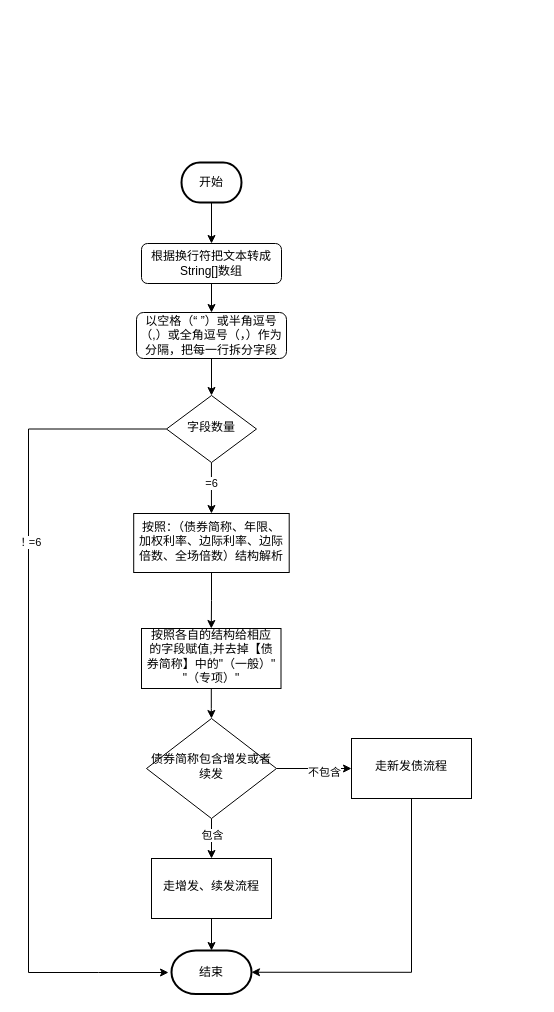
Above: 一创混合式结构解析流程.drawio in xbluckly/test (draw.io), before the change. Source tidied: cells renumbered, new cells numbered last; positions are measured from the earlier drawing's top-left corner, leaving out a move shared by most shapes. Both pictures are drawn from the tidied source at 100%, with x=0, y=0 at pixel (28, 162).
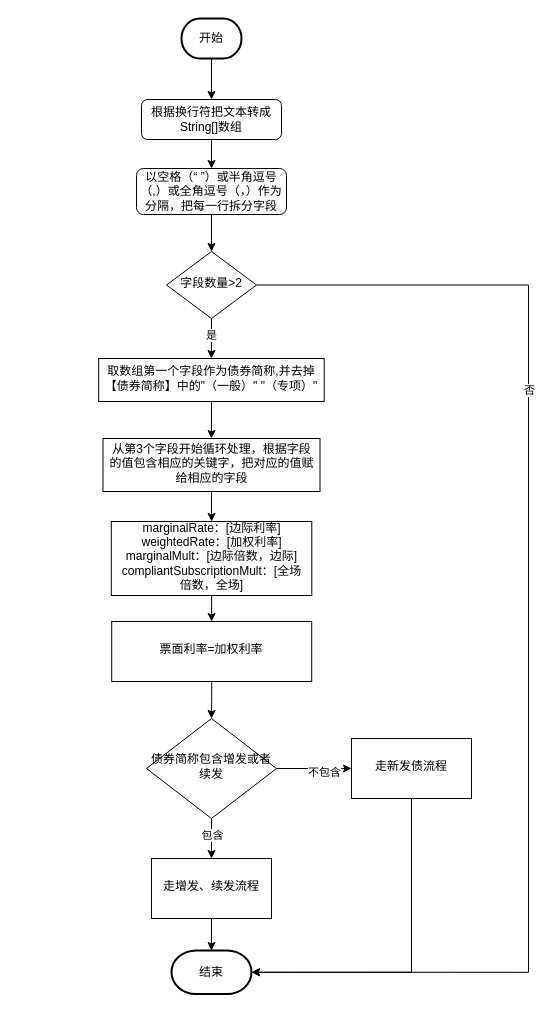
Above is the later version.

Commit message:
更新一创混合式结构解析流程.drawio

The change refers to these unchanged cells:
```xml
<mxCell id="21" value="债券简称包含增发或者续发" style="rhombus;whiteSpace=wrap;html=1;shadow=0;strokeWidth=1;spacing=6;spacingTop=-4;" parent="1" vertex="1">
  <mxGeometry x="118" y="556" width="130" height="100" as="geometry" />
</mxCell>
<mxCell id="22" value="结束" style="strokeWidth=2;html=1;shape=mxgraph.flowchart.terminator;whiteSpace=wrap;" parent="1" vertex="1">
  <mxGeometry x="143" y="788" width="80" height="43.5" as="geometry" />
</mxCell>
```

Diff of the diagram source:
```diff
@@
-    <mxCell id="2" style="edgeStyle=orthogonalEdgeStyle;rounded=0;jettySize=auto;html=1;" parent="1" edge="1" source="6">
-      <mxGeometry relative="1" as="geometry">
-        <mxPoint x="140" y="810" as="targetPoint" />
-        <Array as="points">
-          <mxPoint y="267" />
-          <mxPoint y="810" />
-          <mxPoint x="70" y="810" />
-        </Array>
-      </mxGeometry>
-    </mxCell>
-    <mxCell id="3" value="！=6" style="edgeLabel;html=1;align=center;verticalAlign=middle;" parent="2" vertex="1">
-      <mxGeometry x="-0.39" relative="1" as="geometry" />
-    </mxCell>
-    <mxCell id="4" style="edgeStyle=orthogonalEdgeStyle;rounded=0;jettySize=auto;html=1;entryX=0.5;entryY=0;entryDx=0;entryDy=0;" parent="1" edge="1" source="6" target="14">
-      <mxGeometry relative="1" as="geometry" />
-    </mxCell>
-    <mxCell id="5" value="=6" style="edgeLabel;html=1;align=center;verticalAlign=middle;" parent="4" vertex="1">
-      <mxGeometry x="-0.17" relative="1" as="geometry" />
-    </mxCell>
-    <mxCell id="6" value="字段数量" style="rhombus;whiteSpace=wrap;html=1;shadow=0;fontFamily=Helvetica;fontSize=12;align=center;strokeWidth=1;spacing=6;spacingTop=-4;" parent="1" vertex="1">
-      <mxGeometry x="138" y="233" width="90" height="67" as="geometry" />
-    </mxCell>
+    <mxCell id="27" style="edgeStyle=orthogonalEdgeStyle;rounded=0;jettySize=auto;html=1;entryX=1;entryY=0.5;entryDx=0;entryDy=0;entryPerimeter=0;" parent="1" edge="1" source="31" target="22">
+      <mxGeometry relative="1" as="geometry">
+        <Array as="points">
+          <mxPoint x="500" y="123" />
+          <mxPoint x="500" y="810" />
+        </Array>
+      </mxGeometry>
+    </mxCell>
+    <mxCell id="28" value="否" style="edgeLabel;html=1;align=center;verticalAlign=middle;" parent="27" vertex="1">
+      <mxGeometry x="-0.39" relative="1" as="geometry" />
+    </mxCell>
+    <mxCell id="29" style="edgeStyle=orthogonalEdgeStyle;rounded=0;jettySize=auto;html=1;entryX=0.5;entryY=0;entryDx=0;entryDy=0;" parent="1" edge="1" source="31" target="34">
+      <mxGeometry relative="1" as="geometry" />
+    </mxCell>
+    <mxCell id="30" value="是" style="edgeLabel;html=1;align=center;verticalAlign=middle;" parent="29" vertex="1">
+      <mxGeometry x="-0.17" relative="1" as="geometry" />
+    </mxCell>
+    <mxCell id="31" value="字段数量&amp;gt;2" style="rhombus;whiteSpace=wrap;html=1;shadow=0;fontFamily=Helvetica;fontSize=12;align=center;strokeWidth=1;spacing=6;spacingTop=-4;" parent="1" vertex="1">
+      <mxGeometry x="138" y="89" width="90" height="67" as="geometry" />
+    </mxCell>
@@
     <mxCell id="8" value="开始" style="strokeWidth=2;html=1;shape=mxgraph.flowchart.terminator;whiteSpace=wrap;" parent="1" vertex="1">
-      <mxGeometry x="153" width="60" height="40" as="geometry" />
+      <mxGeometry x="153" y="-144" width="60" height="40" as="geometry" />
     </mxCell>
@@
     <mxCell id="10" value="根据换行符把文本转成String[]数组" style="rounded=1;whiteSpace=wrap;html=1;fontSize=12;glass=0;strokeWidth=1;shadow=0;" parent="1" vertex="1">
-      <mxGeometry x="113" y="81" width="140" height="40" as="geometry" />
+      <mxGeometry x="113" y="-63" width="140" height="40" as="geometry" />
     </mxCell>
-    <mxCell id="11" style="edgeStyle=orthogonalEdgeStyle;rounded=0;jettySize=auto;html=1;" parent="1" edge="1" source="12" target="6">
-      <mxGeometry relative="1" as="geometry" />
-    </mxCell>
+    <mxCell id="32" style="edgeStyle=orthogonalEdgeStyle;rounded=0;jettySize=auto;html=1;" parent="1" edge="1" source="12" target="31">
+      <mxGeometry relative="1" as="geometry" />
+    </mxCell>
     <mxCell id="12" value="&lt;div&gt;&lt;div class=&quot;old-record-id-WZW5dhf2ooNl1qxLG0lcdsG0n3e&quot;&gt;以空格（“ ”）或半角逗号（,）或全角逗号（，）作为分隔，把每一行拆分字段&lt;/div&gt;&lt;/div&gt;&lt;span class=&quot;lark-record-clipboard&quot; data-lark-record-data=&quot;{&amp;quot;rootId&amp;quot;:&amp;quot;Aed7douATo9B6cx0R7Rc3emsnXd&amp;quot;,&amp;quot;text&amp;quot;:{&amp;quot;initialAttributedTexts&amp;quot;:{&amp;quot;text&amp;quot;:{&amp;quot;0&amp;quot;:&amp;quot;以空格（“ ”）或半角逗号（,）或全角逗号（，）作为分隔，拆分元素&amp;quot;},&amp;quot;attribs&amp;quot;:{&amp;quot;0&amp;quot;:&amp;quot;*0+x&amp;quot;}},&amp;quot;apool&amp;quot;:{&amp;quot;numToAttrib&amp;quot;:{&amp;quot;0&amp;quot;:[&amp;quot;author&amp;quot;,&amp;quot;7403194829083705347&amp;quot;]},&amp;quot;nextNum&amp;quot;:1}},&amp;quot;type&amp;quot;:&amp;quot;text&amp;quot;,&amp;quot;referenceRecordMap&amp;quot;:{},&amp;quot;extra&amp;quot;:{&amp;quot;channel&amp;quot;:&amp;quot;saas&amp;quot;,&amp;quot;isEqualBlockSelection&amp;quot;:false,&amp;quot;pasteRandomId&amp;quot;:&amp;quot;011ff010-0866-426b-a94f-de44540d47f7&amp;quot;,&amp;quot;mention_page_title&amp;quot;:{},&amp;quot;external_mention_url&amp;quot;:{}},&amp;quot;isKeepQuoteContainer&amp;quot;:false,&amp;quot;isFromCode&amp;quot;:false,&amp;quot;selection&amp;quot;:[{&amp;quot;id&amp;quot;:1293,&amp;quot;type&amp;quot;:&amp;quot;text&amp;quot;,&amp;quot;selection&amp;quot;:{&amp;quot;start&amp;quot;:4,&amp;quot;end&amp;quot;:37},&amp;quot;recordId&amp;quot;:&amp;quot;WZW5dhf2ooNl1qxLG0lcdsG0n3e&amp;quot;}],&amp;quot;payloadMap&amp;quot;:{},&amp;quot;isCut&amp;quot;:false}&quot;&gt;&lt;/span&gt;" style="whiteSpace=wrap;html=1;rounded=1;glass=0;strokeWidth=1;shadow=0;" parent="1" vertex="1">
-      <mxGeometry x="108" y="150" width="150" height="46" as="geometry" />
+      <mxGeometry x="108" y="6" width="150" height="46" as="geometry" />
     </mxCell>
-    <mxCell id="13" style="edgeStyle=orthogonalEdgeStyle;rounded=0;jettySize=auto;html=1;" parent="1" edge="1" source="14" target="16">
-      <mxGeometry relative="1" as="geometry" />
-    </mxCell>
-    <mxCell id="14" value="&lt;font&gt;按照：（&lt;/font&gt;&lt;span style=&quot;background-color: transparent;&quot;&gt;债券简称、年限、加权利率、边际利率、边际倍数、全场倍数&lt;/span&gt;&lt;font&gt;）结构解析&lt;/font&gt;" style="whiteSpace=wrap;html=1;shadow=0;strokeWidth=1;spacing=6;spacingTop=-4;" parent="1" vertex="1">
-      <mxGeometry x="105.2" y="351" width="155.5" height="59" as="geometry" />
-    </mxCell>
-    <mxCell id="15" style="edgeStyle=orthogonalEdgeStyle;rounded=0;jettySize=auto;html=1;" parent="1" edge="1" source="16" target="21">
-      <mxGeometry relative="1" as="geometry" />
-    </mxCell>
-    <mxCell id="16" value="按照各自的结构给相应的字段赋值,并去掉【债券简称】中的&quot;（一般）&quot; &quot;（专项）&quot;" style="whiteSpace=wrap;html=1;shadow=0;strokeWidth=1;spacing=6;spacingTop=-4;" parent="1" vertex="1">
-      <mxGeometry x="113" y="466" width="139.5" height="60" as="geometry" />
-    </mxCell>
+    <mxCell id="33" style="edgeStyle=orthogonalEdgeStyle;rounded=0;jettySize=auto;html=1;" parent="1" edge="1" source="34" target="36">
+      <mxGeometry relative="1" as="geometry" />
+    </mxCell>
+    <mxCell id="34" value="取数组第一个字段作为债券简称,并去掉【债券简称】中的&quot;（一般）&quot; &quot;（专项）&quot;" style="whiteSpace=wrap;html=1;shadow=0;strokeWidth=1;spacing=6;spacingTop=-4;" parent="1" vertex="1">
+      <mxGeometry x="70.2" y="196" width="225.5" height="43" as="geometry" />
+    </mxCell>
+    <mxCell id="35" style="edgeStyle=orthogonalEdgeStyle;rounded=0;jettySize=auto;html=1;" parent="1" edge="1" source="36" target="38">
+      <mxGeometry relative="1" as="geometry" />
+    </mxCell>
+    <mxCell id="36" value="从第3个字段开始循环处理，根据字段的值包含相应的关键字，把对应的值赋给相应的字段" style="whiteSpace=wrap;html=1;shadow=0;strokeWidth=1;spacing=6;spacingTop=-4;" parent="1" vertex="1">
+      <mxGeometry x="74.5" y="276" width="217" height="53" as="geometry" />
+    </mxCell>
@@
+    <mxCell id="37" style="edgeStyle=orthogonalEdgeStyle;rounded=0;jettySize=auto;html=1;" parent="1" edge="1" source="38" target="40">
+      <mxGeometry relative="1" as="geometry" />
+    </mxCell>
+    <mxCell id="38" value="&lt;div&gt;marginalRate：[边际利率]&lt;/div&gt;&lt;div&gt;weightedRate：[加权利率]&lt;/div&gt;&lt;div&gt;marginalMult：[边际倍数，边际]&lt;/div&gt;&lt;div&gt;compliantSubscriptionMult：[全场倍数，全场]&lt;/div&gt;" style="whiteSpace=wrap;html=1;shadow=0;strokeWidth=1;spacing=6;spacingTop=-4;" parent="1" vertex="1">
+      <mxGeometry x="82.8" y="359" width="200.5" height="74" as="geometry" />
+    </mxCell>
+    <mxCell id="39" style="edgeStyle=orthogonalEdgeStyle;rounded=0;jettySize=auto;html=1;" parent="1" edge="1" source="40" target="21">
+      <mxGeometry relative="1" as="geometry" />
+    </mxCell>
+    <mxCell id="40" value="&lt;div&gt;&lt;span style=&quot;background-color: transparent;&quot;&gt;票面利率=加权利率&lt;/span&gt;&lt;br&gt;&lt;/div&gt;" style="whiteSpace=wrap;html=1;shadow=0;strokeWidth=1;spacing=6;spacingTop=-4;" parent="1" vertex="1">
+      <mxGeometry x="83.2" y="459" width="200" height="60" as="geometry" />
+    </mxCell>
```
